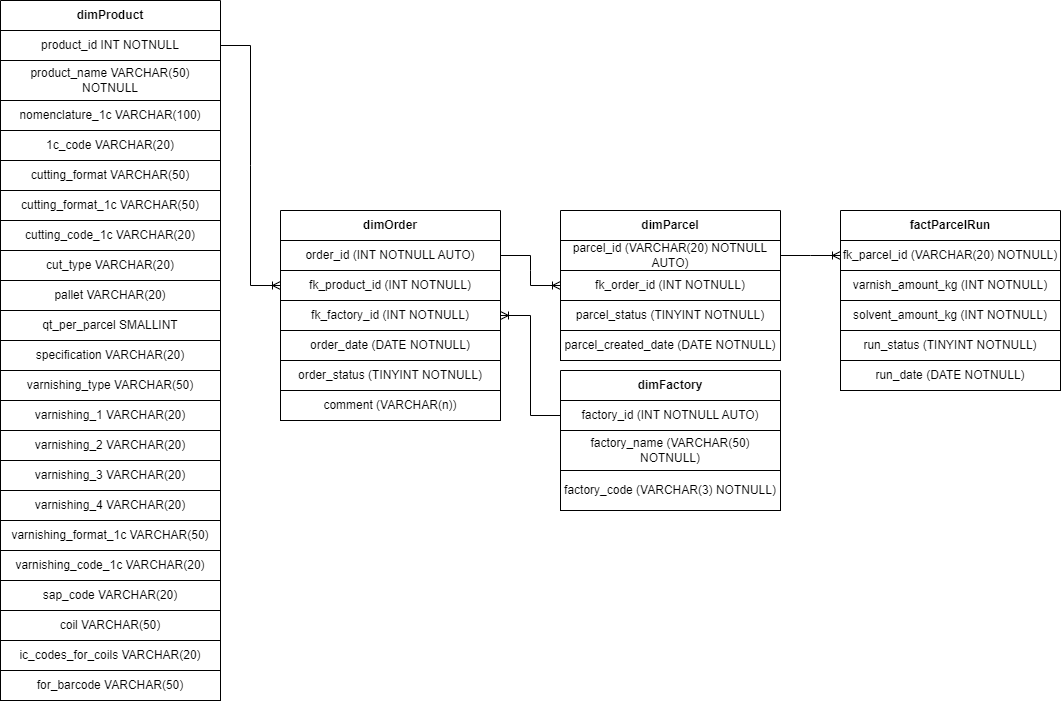
Before: DB/DB Model.drawio.png, a diagram exported from draw.io (Demvok/Trivium). Source tidied: cells renumbered, new cells last; positions are measured from the earlier drawing's top-left corner, leaving out a move shared by most shapes.
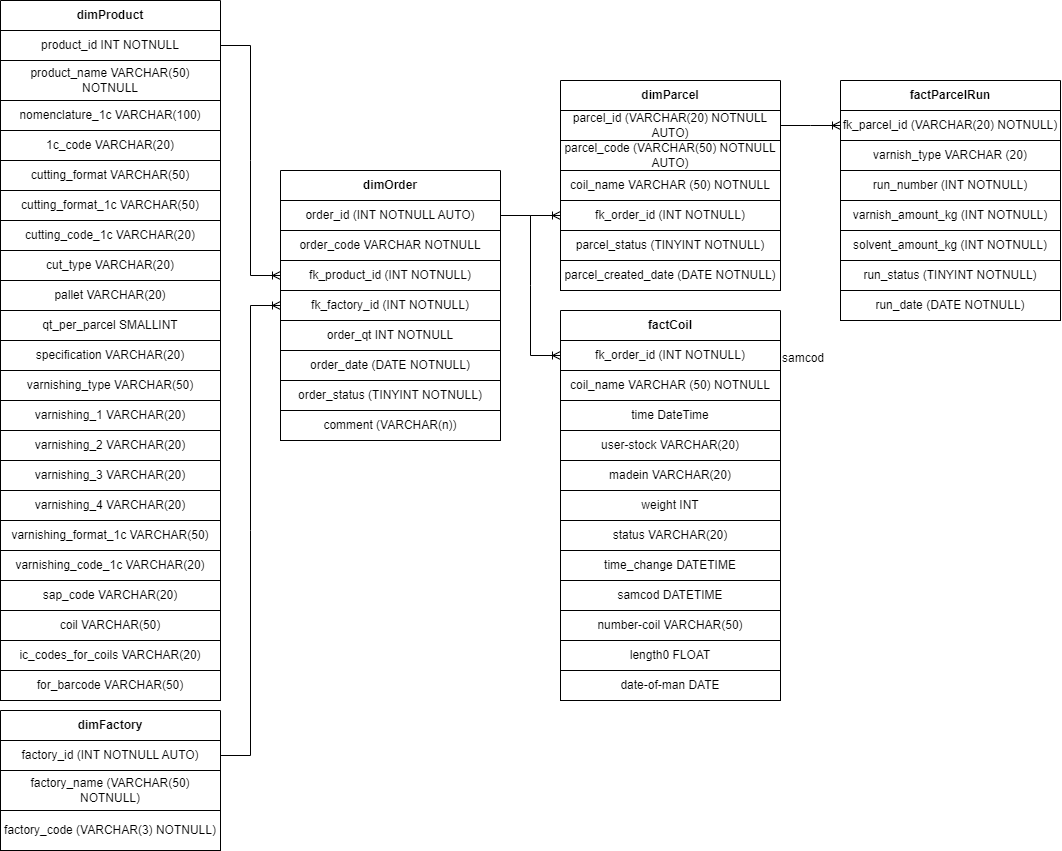
Above is the later version.

Change to the diagram source:
```diff
@@ -3,28 +3,34 @@
     <mxCell id="0" />
     <mxCell id="1" parent="0" />
     <mxCell id="2" value="dimOrder" style="swimlane;whiteSpace=wrap;html=1;startSize=30;" parent="1" vertex="1">
-      <mxGeometry x="280" y="210" width="220" height="210" as="geometry" />
+      <mxGeometry x="280" y="170" width="220" height="270" as="geometry" />
     </mxCell>
     <mxCell id="3" value="order_id (INT NOTNULL AUTO)" style="rounded=0;whiteSpace=wrap;html=1;" parent="2" vertex="1">
       <mxGeometry y="30" width="220" height="30" as="geometry" />
     </mxCell>
     <mxCell id="4" value="fk_product_id (INT NOTNULL)" style="rounded=0;whiteSpace=wrap;html=1;" parent="2" vertex="1">
-      <mxGeometry y="60" width="220" height="30" as="geometry" />
+      <mxGeometry y="90" width="220" height="30" as="geometry" />
     </mxCell>
     <mxCell id="5" value="fk_factory_id (INT NOTNULL)" style="rounded=0;whiteSpace=wrap;html=1;" parent="2" vertex="1">
-      <mxGeometry y="90" width="220" height="30" as="geometry" />
+      <mxGeometry y="120" width="220" height="30" as="geometry" />
     </mxCell>
     <mxCell id="6" value="order_date (DATE NOTNULL)" style="rounded=0;whiteSpace=wrap;html=1;" parent="2" vertex="1">
-      <mxGeometry y="120" width="220" height="30" as="geometry" />
+      <mxGeometry y="180" width="220" height="30" as="geometry" />
     </mxCell>
     <mxCell id="7" value="order_status (TINYINT NOTNULL)" style="rounded=0;whiteSpace=wrap;html=1;" parent="2" vertex="1">
-      <mxGeometry y="150" width="220" height="30" as="geometry" />
+      <mxGeometry y="210" width="220" height="30" as="geometry" />
     </mxCell>
     <mxCell id="8" value="comment (VARCHAR(n))" style="rounded=0;whiteSpace=wrap;html=1;" parent="2" vertex="1">
-      <mxGeometry y="180" width="220" height="30" as="geometry" />
+      <mxGeometry y="240" width="220" height="30" as="geometry" />
     </mxCell>
+    <mxCell id="51" value="order_code VARCHAR NOTNULL" style="rounded=0;whiteSpace=wrap;html=1;" parent="2" vertex="1">
+      <mxGeometry y="60" width="220" height="30" as="geometry" />
+    </mxCell>
+    <mxCell id="52" value="order_qt INT NOTNULL" style="rounded=0;whiteSpace=wrap;html=1;" parent="2" vertex="1">
+      <mxGeometry y="150" width="220" height="30" as="geometry" />
+    </mxCell>
     <mxCell id="9" value="dimFactory" style="swimlane;whiteSpace=wrap;html=1;startSize=30;" parent="1" vertex="1">
-      <mxGeometry x="560" y="370" width="220" height="140" as="geometry" />
+      <mxGeometry y="710" width="220" height="140" as="geometry" />
     </mxCell>
     <mxCell id="10" value="factory_id (INT NOTNULL AUTO)" style="rounded=0;whiteSpace=wrap;html=1;" parent="9" vertex="1">
       <mxGeometry y="30" width="220" height="30" as="geometry" />
@@ -105,20 +111,26 @@
       <mxGeometry y="670" width="220" height="30" as="geometry" />
     </mxCell>
     <mxCell id="36" value="dimParcel" style="swimlane;whiteSpace=wrap;html=1;startSize=30;" parent="1" vertex="1">
-      <mxGeometry x="560" y="210" width="220" height="150" as="geometry" />
+      <mxGeometry x="560" y="80" width="220" height="210" as="geometry" />
     </mxCell>
     <mxCell id="37" value="parcel_id (VARCHAR(20) NOTNULL AUTO)" style="rounded=0;whiteSpace=wrap;html=1;" parent="36" vertex="1">
       <mxGeometry y="30" width="220" height="30" as="geometry" />
     </mxCell>
     <mxCell id="38" value="fk_order_id (INT NOTNULL)" style="rounded=0;whiteSpace=wrap;html=1;" parent="36" vertex="1">
-      <mxGeometry y="60" width="220" height="30" as="geometry" />
+      <mxGeometry y="120" width="220" height="30" as="geometry" />
     </mxCell>
     <mxCell id="39" value="parcel_status (TINYINT NOTNULL)" style="rounded=0;whiteSpace=wrap;html=1;" parent="36" vertex="1">
-      <mxGeometry y="90" width="220" height="30" as="geometry" />
+      <mxGeometry y="150" width="220" height="30" as="geometry" />
     </mxCell>
     <mxCell id="40" value="parcel_created_date (DATE NOTNULL)" style="rounded=0;whiteSpace=wrap;html=1;" parent="36" vertex="1">
-      <mxGeometry y="120" width="220" height="30" as="geometry" />
+      <mxGeometry y="180" width="220" height="30" as="geometry" />
     </mxCell>
+    <mxCell id="53" value="parcel_code (VARCHAR(50) NOTNULL AUTO)" style="rounded=0;whiteSpace=wrap;html=1;" parent="36" vertex="1">
+      <mxGeometry y="60" width="220" height="30" as="geometry" />
+    </mxCell>
+    <mxCell id="54" value="coil_name VARCHAR (50) NOTNULL" style="rounded=0;whiteSpace=wrap;html=1;" parent="36" vertex="1">
+      <mxGeometry y="90" width="220" height="30" as="geometry" />
+    </mxCell>
     <mxCell id="41" style="edgeStyle=entityRelationEdgeStyle;fontSize=12;html=1;endArrow=ERoneToMany;rounded=0;exitX=1;exitY=0.5;exitDx=0;exitDy=0;entryX=0;entryY=0.5;entryDx=0;entryDy=0;" parent="1" edge="1" source="14" target="4">
       <mxGeometry relative="1" as="geometry" />
     </mxCell>
@@ -126,28 +138,79 @@
       <mxGeometry relative="1" as="geometry" />
     </mxCell>
     <mxCell id="43" value="factParcelRun" style="swimlane;whiteSpace=wrap;html=1;startSize=30;" parent="1" vertex="1">
-      <mxGeometry x="840" y="210" width="220" height="180" as="geometry" />
+      <mxGeometry x="840" y="80" width="220" height="240" as="geometry" />
     </mxCell>
     <mxCell id="44" value="fk_parcel_id (VARCHAR(20) NOTNULL)" style="rounded=0;whiteSpace=wrap;html=1;" parent="43" vertex="1">
       <mxGeometry y="30" width="220" height="30" as="geometry" />
     </mxCell>
     <mxCell id="45" value="varnish_amount_kg (INT NOTNULL)" style="rounded=0;whiteSpace=wrap;html=1;" parent="43" vertex="1">
-      <mxGeometry y="60" width="220" height="30" as="geometry" />
+      <mxGeometry y="120" width="220" height="30" as="geometry" />
     </mxCell>
     <mxCell id="46" value="solvent_amount_kg (INT NOTNULL)" style="rounded=0;whiteSpace=wrap;html=1;" parent="43" vertex="1">
-      <mxGeometry y="90" width="220" height="30" as="geometry" />
+      <mxGeometry y="150" width="220" height="30" as="geometry" />
     </mxCell>
     <mxCell id="47" value="run_status (TINYINT NOTNULL)" style="rounded=0;whiteSpace=wrap;html=1;" parent="43" vertex="1">
-      <mxGeometry y="120" width="220" height="30" as="geometry" />
+      <mxGeometry y="180" width="220" height="30" as="geometry" />
     </mxCell>
     <mxCell id="48" value="run_date (DATE NOTNULL)" style="rounded=0;whiteSpace=wrap;html=1;" parent="43" vertex="1">
-      <mxGeometry y="150" width="220" height="30" as="geometry" />
+      <mxGeometry y="210" width="220" height="30" as="geometry" />
     </mxCell>
+    <mxCell id="55" value="varnish_type VARCHAR (20)" style="rounded=0;whiteSpace=wrap;html=1;" parent="43" vertex="1">
+      <mxGeometry y="60" width="220" height="30" as="geometry" />
+    </mxCell>
+    <mxCell id="56" value="run_number (INT NOTNULL)" style="rounded=0;whiteSpace=wrap;html=1;" parent="43" vertex="1">
+      <mxGeometry y="90" width="220" height="30" as="geometry" />
+    </mxCell>
     <mxCell id="49" style="edgeStyle=entityRelationEdgeStyle;fontSize=12;html=1;endArrow=ERoneToMany;rounded=0;exitX=1;exitY=0.5;exitDx=0;exitDy=0;entryX=0;entryY=0.5;entryDx=0;entryDy=0;" parent="1" edge="1" source="37" target="44">
       <mxGeometry relative="1" as="geometry" />
     </mxCell>
-    <mxCell id="50" style="edgeStyle=entityRelationEdgeStyle;fontSize=12;html=1;endArrow=ERoneToMany;rounded=0;entryX=1;entryY=0.5;entryDx=0;entryDy=0;exitX=0;exitY=0.5;exitDx=0;exitDy=0;" parent="1" edge="1" source="10" target="5">
+    <mxCell id="50" style="edgeStyle=entityRelationEdgeStyle;fontSize=12;html=1;endArrow=ERoneToMany;rounded=0;entryX=0;entryY=0.5;entryDx=0;entryDy=0;exitX=1;exitY=0.5;exitDx=0;exitDy=0;" parent="1" edge="1" source="10" target="5">
       <mxGeometry relative="1" as="geometry" />
     </mxCell>
+    <mxCell id="57" value="factCoil" style="swimlane;whiteSpace=wrap;html=1;startSize=30;" parent="1" vertex="1">
+      <mxGeometry x="560" y="310" width="220" height="390" as="geometry" />
+    </mxCell>
+    <mxCell id="58" value="coil_name VARCHAR (50) NOTNULL" style="rounded=0;whiteSpace=wrap;html=1;" parent="57" vertex="1">
+      <mxGeometry y="60" width="220" height="30" as="geometry" />
+    </mxCell>
+    <mxCell id="59" value="fk_order_id (INT NOTNULL)" style="rounded=0;whiteSpace=wrap;html=1;" parent="57" vertex="1">
+      <mxGeometry y="30" width="220" height="30" as="geometry" />
+    </mxCell>
+    <mxCell id="60" value="time DateTime" style="rounded=0;whiteSpace=wrap;html=1;" parent="57" vertex="1">
+      <mxGeometry y="90" width="220" height="30" as="geometry" />
+    </mxCell>
+    <mxCell id="61" value="user-stock VARCHAR(20)" style="rounded=0;whiteSpace=wrap;html=1;" parent="57" vertex="1">
+      <mxGeometry y="120" width="220" height="30" as="geometry" />
+    </mxCell>
+    <mxCell id="62" value="madein VARCHAR(20)" style="rounded=0;whiteSpace=wrap;html=1;" parent="57" vertex="1">
+      <mxGeometry y="150" width="220" height="30" as="geometry" />
+    </mxCell>
+    <mxCell id="63" value="weight INT" style="rounded=0;whiteSpace=wrap;html=1;" parent="57" vertex="1">
+      <mxGeometry y="180" width="220" height="30" as="geometry" />
+    </mxCell>
+    <mxCell id="64" value="status VARCHAR(20)" style="rounded=0;whiteSpace=wrap;html=1;" parent="57" vertex="1">
+      <mxGeometry y="210" width="220" height="30" as="geometry" />
+    </mxCell>
+    <mxCell id="65" value="time_change DATETIME" style="rounded=0;whiteSpace=wrap;html=1;" parent="57" vertex="1">
+      <mxGeometry y="240" width="220" height="30" as="geometry" />
+    </mxCell>
+    <mxCell id="66" value="samcod DATETIME" style="rounded=0;whiteSpace=wrap;html=1;" parent="57" vertex="1">
+      <mxGeometry y="270" width="220" height="30" as="geometry" />
+    </mxCell>
+    <mxCell id="67" value="number-coil VARCHAR(50)" style="rounded=0;whiteSpace=wrap;html=1;" parent="57" vertex="1">
+      <mxGeometry y="300" width="220" height="30" as="geometry" />
+    </mxCell>
+    <mxCell id="68" value="length0 FLOAT" style="rounded=0;whiteSpace=wrap;html=1;" parent="57" vertex="1">
+      <mxGeometry y="330" width="220" height="30" as="geometry" />
+    </mxCell>
+    <mxCell id="69" value="date-of-man DATE" style="rounded=0;whiteSpace=wrap;html=1;" parent="57" vertex="1">
+      <mxGeometry y="360" width="220" height="30" as="geometry" />
+    </mxCell>
+    <mxCell id="70" style="edgeStyle=entityRelationEdgeStyle;fontSize=12;html=1;endArrow=ERoneToMany;rounded=0;entryX=0;entryY=0.5;entryDx=0;entryDy=0;exitX=1;exitY=0.5;exitDx=0;exitDy=0;" parent="1" edge="1" source="3" target="59">
+      <mxGeometry relative="1" as="geometry" />
+    </mxCell>
+    <mxCell id="71" value="samcod" style="text;html=1;align=left;verticalAlign=middle;whiteSpace=wrap;rounded=0;" parent="1" vertex="1">
+      <mxGeometry x="780" y="350" width="60" height="15" as="geometry" />
+    </mxCell>
   </root>
 </mxGraphModel>
```
